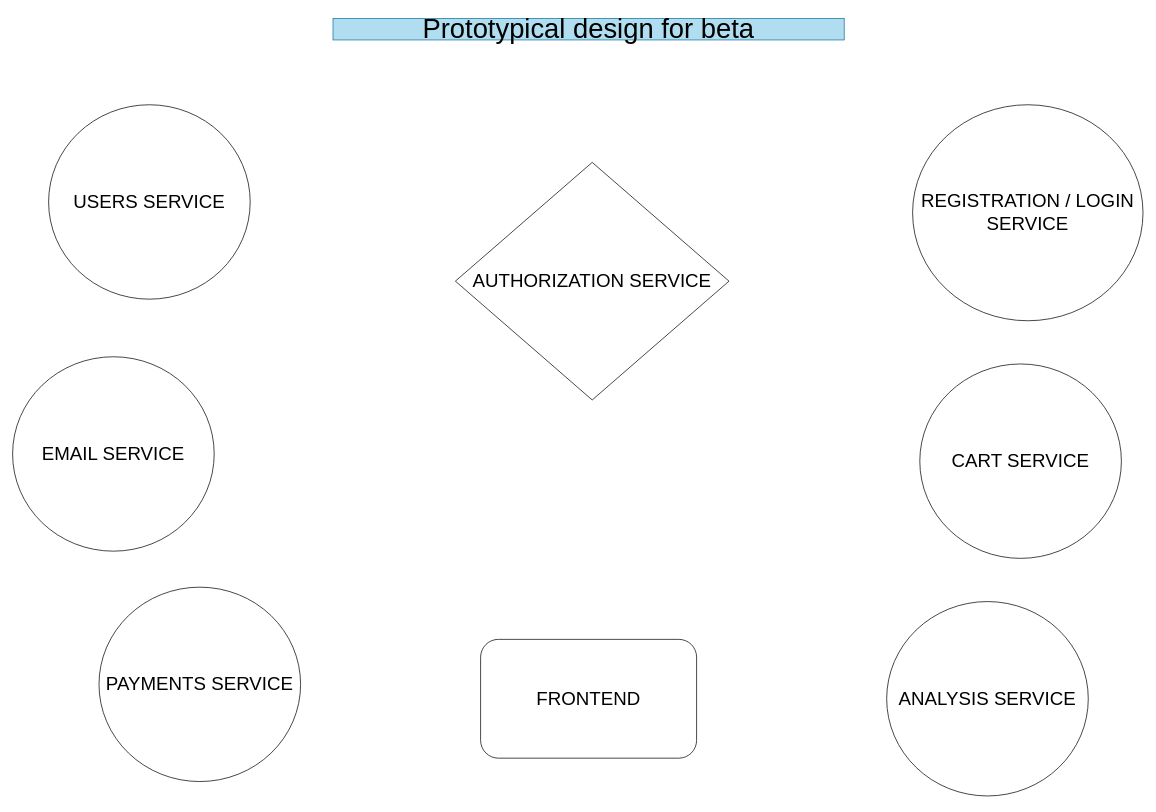
The draw.io diagram docs/diagrams/Prototype for services diagram.drawio in vAndrewKarma/Sentiment-Insights, before the edit. Source tidied: cells renumbered, new cells numbered last; positions are measured from the earlier drawing's top-left corner, leaving out a move shared by most shapes. Both pictures are drawn from the tidied source at 72%, with x=0, y=0 at pixel (12, 18).
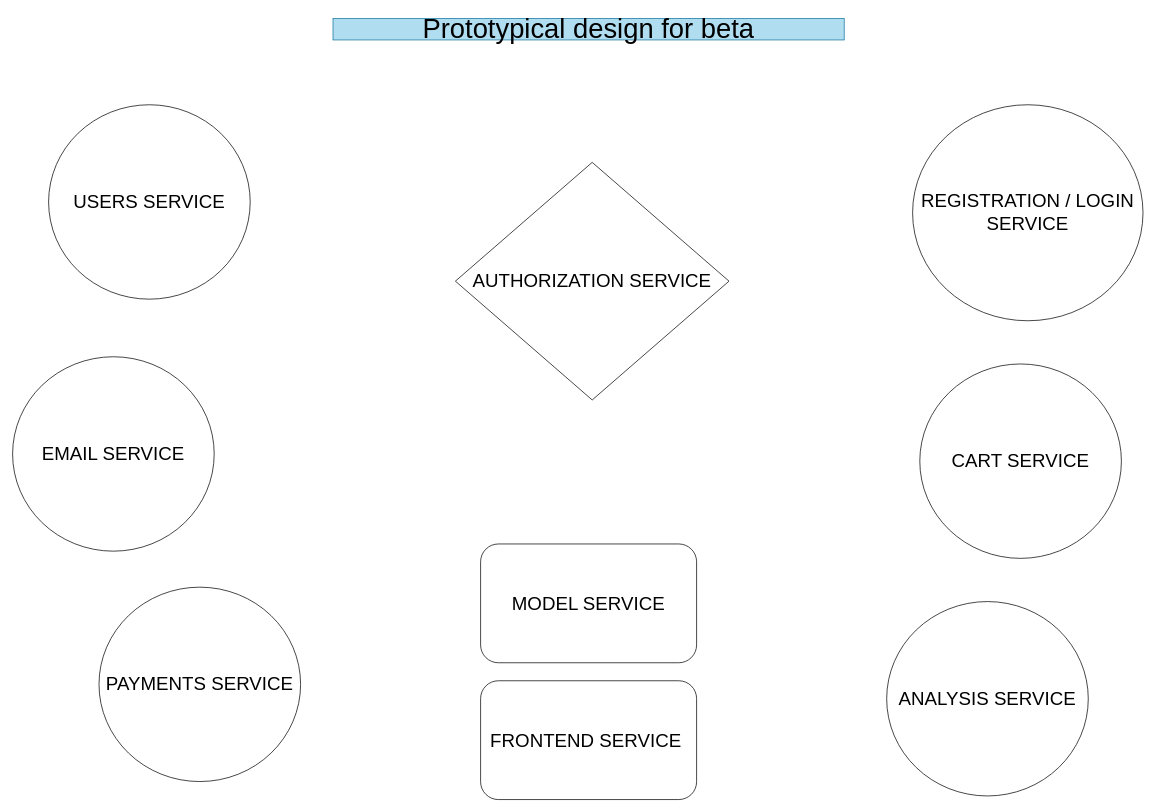
The same diagram, later.

The edit, as a diff of the source:
```diff
@@
 <mxGraphModel>
   <root>
     <mxCell id="0" />
     <mxCell id="1" parent="0" />
     <mxCell id="2" value="&lt;font style=&quot;font-size: 26px;&quot;&gt;USERS SERVICE&lt;/font&gt;" style="ellipse;whiteSpace=wrap;html=1;" parent="1" vertex="1">
       <mxGeometry x="50" y="120" width="280" height="270" as="geometry" />
     </mxCell>
     <mxCell id="3" value="&lt;font style=&quot;font-size: 26px;&quot;&gt;ANALYSIS SERVICE&lt;/font&gt;" style="ellipse;whiteSpace=wrap;html=1;" parent="1" vertex="1">
       <mxGeometry x="1214" y="810" width="280" height="270" as="geometry" />
     </mxCell>
     <mxCell id="4" value="&lt;font style=&quot;font-size: 26px;&quot;&gt;PAYMENTS SERVICE&lt;/font&gt;" style="ellipse;whiteSpace=wrap;html=1;" parent="1" vertex="1">
       <mxGeometry x="120" y="790" width="280" height="270" as="geometry" />
     </mxCell>
     <mxCell id="5" value="&lt;font style=&quot;font-size: 26px;&quot;&gt;EMAIL SERVICE&lt;/font&gt;" style="ellipse;whiteSpace=wrap;html=1;" parent="1" vertex="1">
       <mxGeometry y="470" width="280" height="270" as="geometry" />
     </mxCell>
-    <mxCell id="6" value="&lt;font style=&quot;font-size: 26px;&quot;&gt;FRONTEND&lt;/font&gt;" style="rounded=1;whiteSpace=wrap;html=1;" parent="1" vertex="1">
-      <mxGeometry x="650" y="862.5" width="300" height="165" as="geometry" />
+    <mxCell id="6" value="&lt;font style=&quot;font-size: 26px;&quot;&gt;FRONTEND SERVICE&amp;nbsp;&lt;/font&gt;" style="rounded=1;whiteSpace=wrap;html=1;" parent="1" vertex="1">
+      <mxGeometry x="650" y="920" width="300" height="165" as="geometry" />
     </mxCell>
     <mxCell id="7" value="&lt;font style=&quot;font-size: 26px;&quot;&gt;CART SERVICE&lt;/font&gt;" style="ellipse;whiteSpace=wrap;html=1;" parent="1" vertex="1">
       <mxGeometry x="1260" y="480" width="280" height="270" as="geometry" />
     </mxCell>
     <mxCell id="8" value="&lt;font style=&quot;font-size: 38px;&quot;&gt;Prototypical design for beta&lt;/font&gt;" style="text;html=1;align=center;verticalAlign=middle;whiteSpace=wrap;rounded=0;fillColor=#b1ddf0;strokeColor=#10739e;" parent="1" vertex="1">
       <mxGeometry x="445" width="710" height="30" as="geometry" />
     </mxCell>
     <mxCell id="9" value="&lt;font style=&quot;font-size: 26px;&quot;&gt;REGISTRATION / LOGIN SERVICE&lt;/font&gt;" style="ellipse;whiteSpace=wrap;html=1;" parent="1" vertex="1">
       <mxGeometry x="1250" y="120" width="320" height="300" as="geometry" />
     </mxCell>
     <mxCell id="10" value="&lt;font style=&quot;font-size: 26px;&quot;&gt;AUTHORIZATION SERVICE&lt;/font&gt;" style="rhombus;whiteSpace=wrap;html=1;" parent="1" vertex="1">
       <mxGeometry x="615" y="200" width="380" height="330" as="geometry" />
     </mxCell>
+    <mxCell id="11" value="&lt;font style=&quot;font-size: 26px;&quot;&gt;MODEL SERVICE&lt;/font&gt;" style="rounded=1;whiteSpace=wrap;html=1;" parent="1" vertex="1">
+      <mxGeometry x="650" y="730" width="300" height="165" as="geometry" />
+    </mxCell>
   </root>
 </mxGraphModel>
```
